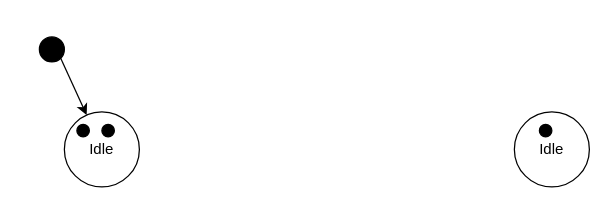
The draw.io diagram project/UMLpetriNets.drawio in josura/HCI, before the edit. Source tidied: cells renumbered, new cells numbered last; positions are measured from the earlier drawing's top-left corner, leaving out a move shared by most shapes. Both pictures are drawn from the tidied source at 125%, with x=0, y=0 at pixel (39, 36).
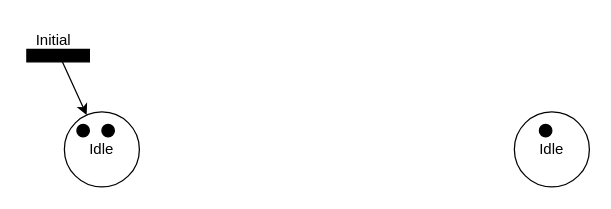
After the change.

The edit, as a diff of the source:
```diff
@@
 <mxGraphModel>
   <root>
     <mxCell id="0" />
     <mxCell id="1" parent="0" />
     <mxCell id="2" value="Idle" style="ellipse;whiteSpace=wrap;html=1;" parent="1" vertex="1">
       <mxGeometry x="20" y="60" width="60" height="60" as="geometry" />
     </mxCell>
     <mxCell id="3" value="Idle" style="ellipse;whiteSpace=wrap;html=1;" parent="1" vertex="1">
       <mxGeometry x="380" y="60" width="60" height="60" as="geometry" />
     </mxCell>
-    <mxCell id="4" style="edgeStyle=none;rounded=0;jettySize=auto;html=1;exitX=1;exitY=1;exitDx=0;exitDy=0;" parent="1" edge="1" source="5" target="2">
-      <mxGeometry relative="1" as="geometry" />
+    <mxCell id="4" style="edgeStyle=none;rounded=0;jettySize=auto;html=1;exitX=1;exitY=1;exitDx=0;exitDy=0;" parent="1" edge="1" target="2">
+      <mxGeometry relative="1" as="geometry">
+        <mxPoint x="17.1" y="17.1" as="sourcePoint" />
+      </mxGeometry>
     </mxCell>
-    <mxCell id="5" style="ellipse;whiteSpace=wrap;html=1;fillColor=#000000;" parent="1" vertex="1">
-      <mxGeometry width="20" height="20" as="geometry" />
-    </mxCell>
     <mxCell id="6" style="ellipse;whiteSpace=wrap;html=1;fillColor=#000000;" parent="1" vertex="1">
       <mxGeometry x="30" y="70" width="10" height="10" as="geometry" />
     </mxCell>
     <mxCell id="7" style="ellipse;whiteSpace=wrap;html=1;fillColor=#000000;" parent="1" vertex="1">
       <mxGeometry x="50" y="70" width="10" height="10" as="geometry" />
     </mxCell>
     <mxCell id="8" style="ellipse;whiteSpace=wrap;html=1;fillColor=#000000;" parent="1" vertex="1">
       <mxGeometry x="400" y="70" width="10" height="10" as="geometry" />
     </mxCell>
+    <mxCell id="9" style="rounded=0;whiteSpace=wrap;html=1;fillColor=#000000;" parent="1" vertex="1">
+      <mxGeometry x="-10" y="10" width="50" height="10" as="geometry" />
+    </mxCell>
+    <mxCell id="10" value="Initial" style="text;html=1;align=center;verticalAlign=middle;strokeColor=none;fillColor=none;" parent="1" vertex="1">
+      <mxGeometry x="-14" y="-12" width="50" height="30" as="geometry" />
+    </mxCell>
   </root>
 </mxGraphModel>
```
